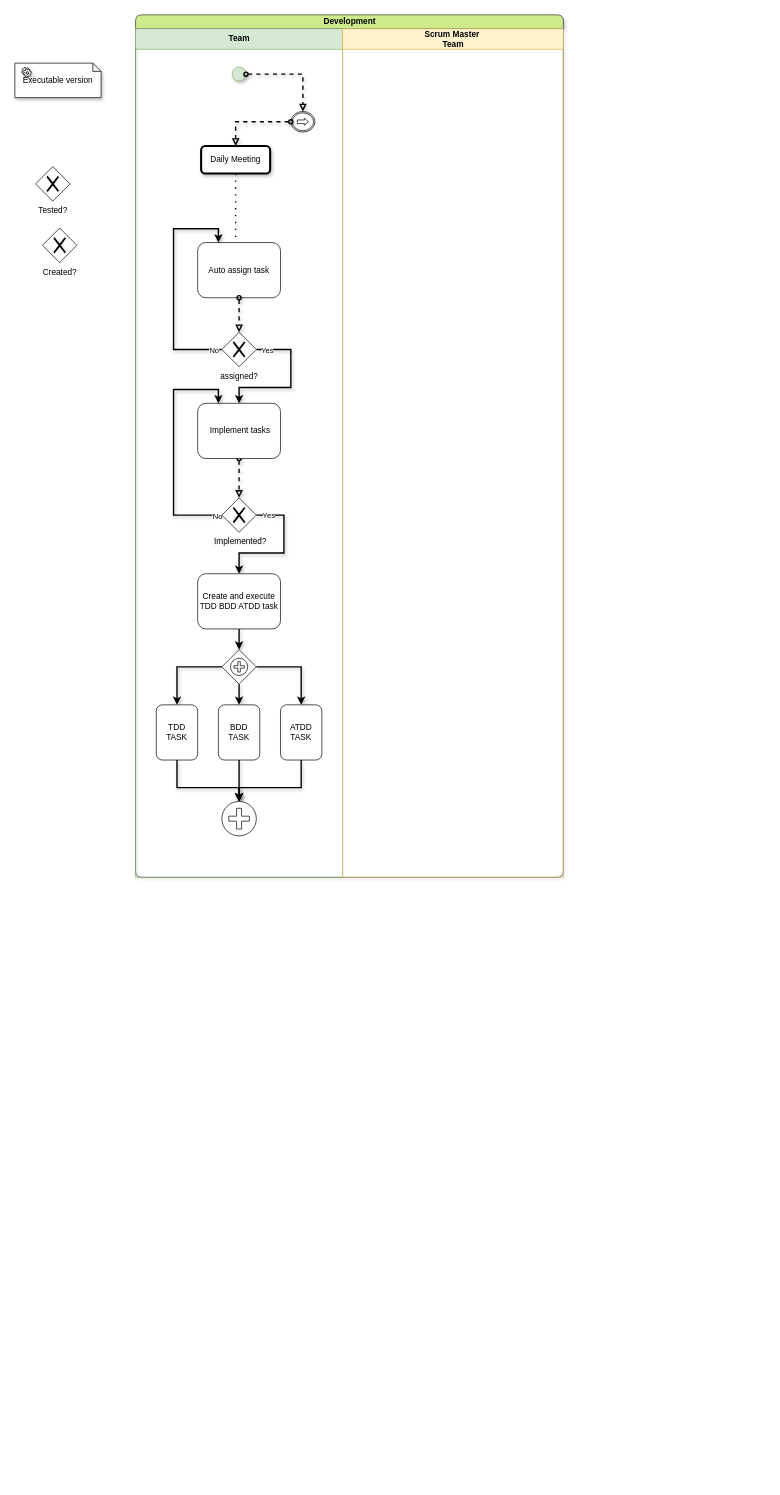
Before: page "Development" (8 of 12) of BPMN_Pre-game.drawio in JavierCabreraDev/Metodologia_Practica, a draw.io diagram. Source tidied: cells renumbered, new cells numbered last; positions are measured from the earlier drawing's top-left corner, leaving out a move shared by most shapes. Both pictures are drawn from the tidied source at 69%, with x=0, y=0 at pixel (14, 14).
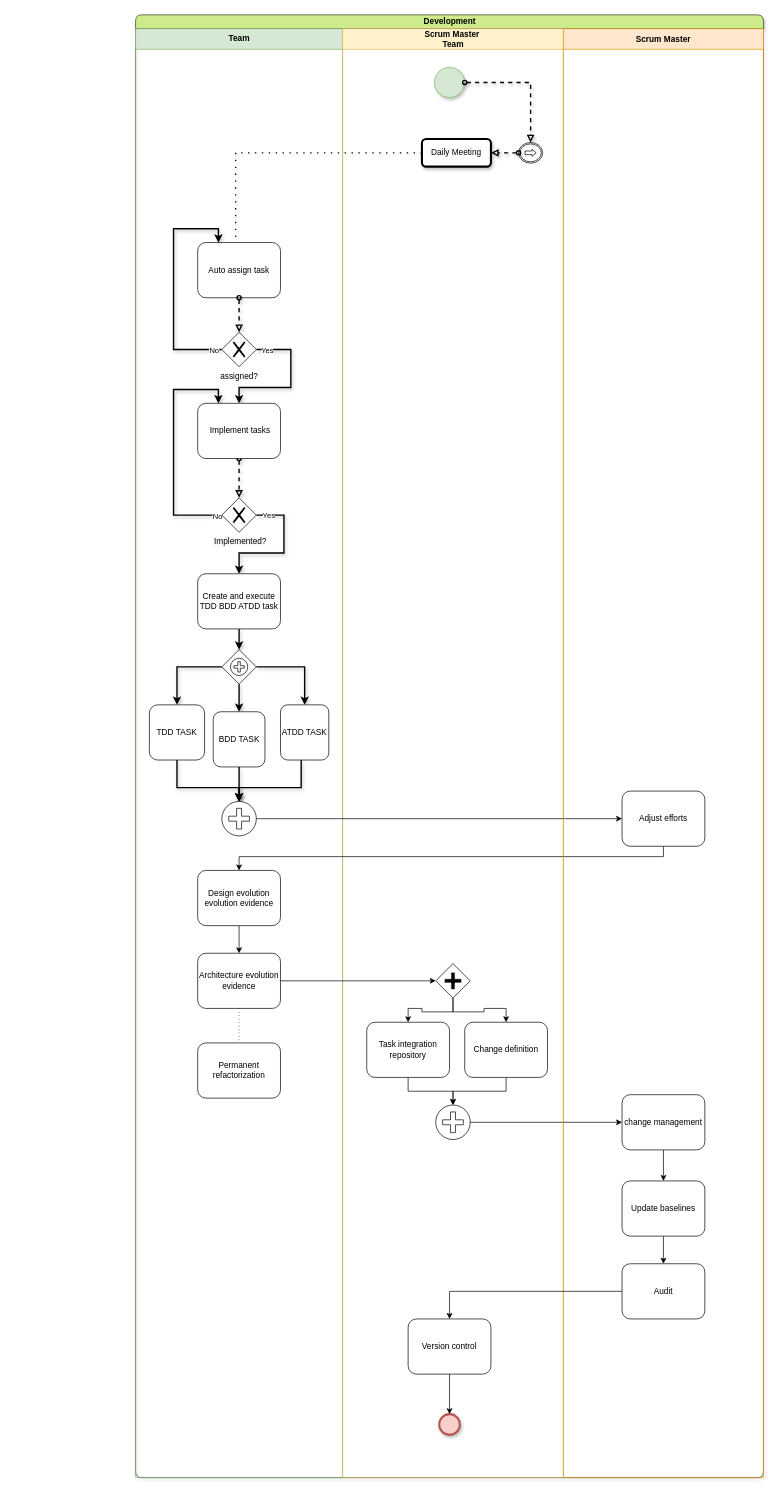
The same diagram, later.

Unchanged cells that the change refers to:
```xml
<mxCell id="31" style="shape=mxgraph.bpmn.shape;html=1;verticalLabelPosition=bottom;labelBackgroundColor=#ffffff;verticalAlign=top;align=center;perimeter=ellipsePerimeter;outlineConnect=0;outline=standard;symbol=parallelMultiple;rounded=1;shadow=0;glass=0;sketch=0;strokeColor=#000000;fillColor=#ffffff;gradientColor=none;" parent="3" vertex="1">
  <mxGeometry x="125" y="1120" width="50" height="50" as="geometry" />
</mxCell>
```

What changed in the source:
```diff
@@
     <mxCell id="2" value="Development" style="swimlane;html=1;startSize=20;rounded=1;shadow=1;glass=0;fillColor=#cdeb8b;strokeColor=#36393d;" parent="1" vertex="1">
-      <mxGeometry x="175" width="620" height="1250" as="geometry" />
+      <mxGeometry x="175" width="910" height="2120" as="geometry" />
     </mxCell>
     <mxCell id="3" value="Team" style="swimlane;html=1;startSize=30;fillColor=#d5e8d4;strokeColor=#82b366;rounded=0;shadow=0;" parent="2" vertex="1">
-      <mxGeometry y="20" width="300" height="1230" as="geometry" />
+      <mxGeometry y="20" width="300" height="2100" as="geometry" />
     </mxCell>
@@
-    <mxCell id="18" style="shape=mxgraph.bpmn.shape;html=1;verticalLabelPosition=bottom;labelBackgroundColor=#ffffff;verticalAlign=top;align=center;perimeter=ellipsePerimeter;outlineConnect=0;outline=catching;symbol=link;rounded=1;shadow=0;glass=0;sketch=0;strokeColor=#000000;fillColor=#ffffff;gradientColor=none;" parent="3" vertex="1">
-      <mxGeometry x="225" y="120" width="35" height="30" as="geometry" />
-    </mxCell>
@@
     <mxCell id="24" value="BDD TASK" style="shape=ext;rounded=1;html=1;whiteSpace=wrap;shadow=0;glass=0;labelBackgroundColor=none;sketch=0;strokeColor=#000000;fillColor=#ffffff;gradientColor=none;" parent="3" vertex="1">
-      <mxGeometry x="120" y="980" width="60" height="80" as="geometry" />
+      <mxGeometry x="112.5" y="990" width="75" height="80" as="geometry" />
     </mxCell>
@@
     <mxCell id="26" value="TDD TASK" style="shape=ext;rounded=1;html=1;whiteSpace=wrap;shadow=0;glass=0;labelBackgroundColor=none;sketch=0;strokeColor=#000000;fillColor=#ffffff;gradientColor=none;" parent="3" vertex="1">
-      <mxGeometry x="30" y="980" width="60" height="80" as="geometry" />
+      <mxGeometry x="20" y="980" width="80" height="80" as="geometry" />
     </mxCell>
@@
     <mxCell id="28" value="ATDD TASK" style="shape=ext;rounded=1;html=1;whiteSpace=wrap;shadow=0;glass=0;labelBackgroundColor=none;sketch=0;strokeColor=#000000;fillColor=#ffffff;gradientColor=none;" parent="3" vertex="1">
-      <mxGeometry x="210" y="980" width="60" height="80" as="geometry" />
+      <mxGeometry x="210" y="980" width="70" height="80" as="geometry" />
     </mxCell>
@@
+    <mxCell id="42" style="edgeStyle=orthogonalEdgeStyle;rounded=0;jettySize=auto;html=1;entryX=0.5;entryY=0;entryDx=0;entryDy=0;" parent="3" edge="1" source="43" target="45">
+      <mxGeometry relative="1" as="geometry" />
+    </mxCell>
+    <mxCell id="43" value="Design evolution evolution evidence" style="shape=ext;rounded=1;html=1;whiteSpace=wrap;" parent="3" vertex="1">
+      <mxGeometry x="90" y="1220" width="120" height="80" as="geometry" />
+    </mxCell>
+    <mxCell id="44" style="edgeStyle=orthogonalEdgeStyle;rounded=0;jettySize=auto;html=1;entryX=0.5;entryY=0;entryDx=0;entryDy=0;dashed=1;dashPattern=1 4;endArrow=none;endFill=0;" parent="3" edge="1" source="45" target="46">
+      <mxGeometry relative="1" as="geometry" />
+    </mxCell>
+    <mxCell id="45" value="Architecture evolution evidence" style="shape=ext;rounded=1;html=1;whiteSpace=wrap;" parent="3" vertex="1">
+      <mxGeometry x="90" y="1340" width="120" height="80" as="geometry" />
+    </mxCell>
+    <mxCell id="46" value="Permanent refactorization" style="shape=ext;rounded=1;html=1;whiteSpace=wrap;" parent="3" vertex="1">
+      <mxGeometry x="90" y="1470" width="120" height="80" as="geometry" />
+    </mxCell>
     <mxCell id="32" value="Scrum Master&amp;nbsp;&lt;br&gt;Team" style="swimlane;html=1;startSize=30;fillColor=#fff2cc;strokeColor=#d6b656;shadow=0;" parent="2" vertex="1">
-      <mxGeometry x="300" y="20" width="320" height="1230" as="geometry" />
+      <mxGeometry x="300" y="20" width="320" height="2100" as="geometry" />
     </mxCell>
-    <mxCell id="33" value="Tested?" style="shape=mxgraph.bpmn.shape;html=1;verticalLabelPosition=bottom;labelBackgroundColor=#ffffff;verticalAlign=top;align=center;perimeter=rhombusPerimeter;background=gateway;outline=none;symbol=exclusiveGw;" parent="1" vertex="1">
-      <mxGeometry x="30" y="220" width="50" height="50" as="geometry" />
-    </mxCell>
-    <mxCell id="34" value="Created?" style="shape=mxgraph.bpmn.shape;html=1;verticalLabelPosition=bottom;labelBackgroundColor=#ffffff;verticalAlign=top;align=center;perimeter=rhombusPerimeter;background=gateway;outline=none;symbol=exclusiveGw;" parent="1" vertex="1">
-      <mxGeometry x="40" y="309" width="50" height="50" as="geometry" />
-    </mxCell>
-    <mxCell id="35" value="Executable version" style="shape=note;whiteSpace=wrap;html=1;backgroundOutline=1;darkOpacity=0.05;rounded=0;shadow=1;glass=0;gradientColor=none;size=12;" parent="1" vertex="1">
-      <mxGeometry y="70" width="125" height="50" as="geometry" />
-    </mxCell>
-    <mxCell id="36" style="shape=mxgraph.bpmn.service_task;html=1;rounded=0;shadow=1;glass=0;gradientColor=none;" parent="1" vertex="1">
-      <mxGeometry x="10" y="76" width="14" height="14" as="geometry" />
-    </mxCell>
+    <mxCell id="18" style="shape=mxgraph.bpmn.shape;html=1;verticalLabelPosition=bottom;labelBackgroundColor=#ffffff;verticalAlign=top;align=center;perimeter=ellipsePerimeter;outlineConnect=0;outline=catching;symbol=link;rounded=1;shadow=0;glass=0;sketch=0;strokeColor=#000000;fillColor=#ffffff;gradientColor=none;" parent="32" vertex="1">
+      <mxGeometry x="255" y="165" width="35" height="30" as="geometry" />
+    </mxCell>
+    <mxCell id="47" style="edgeStyle=orthogonalEdgeStyle;rounded=0;jettySize=auto;html=1;" parent="32" edge="1" source="48" target="54">
+      <mxGeometry relative="1" as="geometry" />
+    </mxCell>
+    <mxCell id="48" value="Task integration repository" style="shape=ext;rounded=1;html=1;whiteSpace=wrap;" parent="32" vertex="1">
+      <mxGeometry x="35" y="1440" width="120" height="80" as="geometry" />
+    </mxCell>
+    <mxCell id="49" style="edgeStyle=orthogonalEdgeStyle;rounded=0;jettySize=auto;html=1;entryX=0.5;entryY=0;entryDx=0;entryDy=0;" parent="32" edge="1" source="51" target="48">
+      <mxGeometry relative="1" as="geometry" />
+    </mxCell>
+    <mxCell id="50" style="edgeStyle=orthogonalEdgeStyle;rounded=0;jettySize=auto;html=1;entryX=0.5;entryY=0;entryDx=0;entryDy=0;" parent="32" edge="1" source="51" target="53">
+      <mxGeometry relative="1" as="geometry" />
+    </mxCell>
+    <mxCell id="51" style="shape=mxgraph.bpmn.shape;html=1;verticalLabelPosition=bottom;labelBackgroundColor=#ffffff;verticalAlign=top;align=center;perimeter=rhombusPerimeter;background=gateway;outlineConnect=0;outline=none;symbol=parallelGw;" parent="32" vertex="1">
+      <mxGeometry x="135" y="1355" width="50" height="50" as="geometry" />
+    </mxCell>
+    <mxCell id="52" style="edgeStyle=orthogonalEdgeStyle;rounded=0;jettySize=auto;html=1;entryX=0.5;entryY=0;entryDx=0;entryDy=0;" parent="32" edge="1" source="53" target="54">
+      <mxGeometry relative="1" as="geometry" />
+    </mxCell>
+    <mxCell id="53" value="Change definition" style="shape=ext;rounded=1;html=1;whiteSpace=wrap;" parent="32" vertex="1">
+      <mxGeometry x="177" y="1440" width="120" height="80" as="geometry" />
+    </mxCell>
+    <mxCell id="54" style="shape=mxgraph.bpmn.shape;html=1;verticalLabelPosition=bottom;labelBackgroundColor=#ffffff;verticalAlign=top;align=center;perimeter=ellipsePerimeter;outlineConnect=0;outline=standard;symbol=parallelMultiple;rounded=1;shadow=0;glass=0;sketch=0;strokeColor=#000000;fillColor=#ffffff;gradientColor=none;" parent="32" vertex="1">
+      <mxGeometry x="135" y="1560" width="50" height="50" as="geometry" />
+    </mxCell>
+    <mxCell id="55" value="Version control" style="shape=ext;rounded=1;html=1;whiteSpace=wrap;" parent="32" vertex="1">
+      <mxGeometry x="95" y="1870" width="120" height="80" as="geometry" />
+    </mxCell>
+    <mxCell id="56" style="edgeStyle=orthogonalEdgeStyle;rounded=0;jettySize=auto;html=1;entryX=0;entryY=0.5;entryDx=0;entryDy=0;" parent="2" edge="1" source="31" target="61">
+      <mxGeometry relative="1" as="geometry" />
+    </mxCell>
+    <mxCell id="57" style="edgeStyle=orthogonalEdgeStyle;rounded=0;jettySize=auto;html=1;" parent="2" edge="1" source="61" target="43">
+      <mxGeometry relative="1" as="geometry">
+        <Array as="points">
+          <mxPoint x="765" y="1220" />
+          <mxPoint x="150" y="1220" />
+        </Array>
+      </mxGeometry>
+    </mxCell>
+    <mxCell id="58" style="edgeStyle=orthogonalEdgeStyle;rounded=0;jettySize=auto;html=1;entryX=0;entryY=0.5;entryDx=0;entryDy=0;" parent="2" edge="1" source="45" target="51">
+      <mxGeometry relative="1" as="geometry" />
+    </mxCell>
+    <mxCell id="59" style="edgeStyle=orthogonalEdgeStyle;rounded=0;jettySize=auto;html=1;entryX=0;entryY=0.5;entryDx=0;entryDy=0;" parent="2" edge="1" source="54" target="63">
+      <mxGeometry relative="1" as="geometry" />
+    </mxCell>
+    <mxCell id="60" value="Scrum Master" style="swimlane;startSize=30;fillColor=#ffe6cc;strokeColor=#d79b00;" parent="2" vertex="1">
+      <mxGeometry x="620" y="20" width="290" height="2100" as="geometry" />
+    </mxCell>
+    <mxCell id="61" value="Adjust efforts" style="shape=ext;rounded=1;html=1;whiteSpace=wrap;" parent="60" vertex="1">
+      <mxGeometry x="85" y="1105" width="120" height="80" as="geometry" />
+    </mxCell>
+    <mxCell id="62" style="edgeStyle=orthogonalEdgeStyle;rounded=0;jettySize=auto;html=1;entryX=0.5;entryY=0;entryDx=0;entryDy=0;" parent="60" edge="1" source="63" target="65">
+      <mxGeometry relative="1" as="geometry" />
+    </mxCell>
+    <mxCell id="63" value="change management" style="shape=ext;rounded=1;html=1;whiteSpace=wrap;" parent="60" vertex="1">
+      <mxGeometry x="85" y="1545" width="120" height="80" as="geometry" />
+    </mxCell>
+    <mxCell id="64" style="edgeStyle=orthogonalEdgeStyle;rounded=0;jettySize=auto;html=1;entryX=0.5;entryY=0;entryDx=0;entryDy=0;" parent="60" edge="1" source="65" target="66">
+      <mxGeometry relative="1" as="geometry" />
+    </mxCell>
+    <mxCell id="65" value="Update baselines" style="shape=ext;rounded=1;html=1;whiteSpace=wrap;" parent="60" vertex="1">
+      <mxGeometry x="85" y="1670" width="120" height="80" as="geometry" />
+    </mxCell>
+    <mxCell id="66" value="Audit" style="shape=ext;rounded=1;html=1;whiteSpace=wrap;" parent="60" vertex="1">
+      <mxGeometry x="85" y="1790" width="120" height="80" as="geometry" />
+    </mxCell>
+    <mxCell id="67" style="edgeStyle=orthogonalEdgeStyle;rounded=0;jettySize=auto;html=1;entryX=0.5;entryY=0;entryDx=0;entryDy=0;" parent="2" edge="1" source="66" target="55">
+      <mxGeometry relative="1" as="geometry" />
+    </mxCell>
     <mxCell id="37" style="ellipse;whiteSpace=wrap;html=1;shadow=1;glass=0;fillColor=#d5e8d4;strokeColor=#82b366;" parent="1" vertex="1">
-      <mxGeometry x="315" y="76" width="20" height="20" as="geometry" />
+      <mxGeometry x="608" y="76" width="44" height="44" as="geometry" />
     </mxCell>
@@
     <mxCell id="39" value="&lt;p&gt;&lt;font style=&quot;font-size: 12px&quot;&gt;Daily Meeting&lt;/font&gt;&lt;/p&gt;" style="shape=ext;rounded=1;html=1;whiteSpace=wrap;strokeWidth=3;shadow=1;glass=0;" parent="1" vertex="1">
-      <mxGeometry x="270" y="190" width="100" height="40" as="geometry" />
+      <mxGeometry x="590" y="180" width="100" height="40" as="geometry" />
     </mxCell>
-    <mxCell id="40" style="edgeStyle=orthogonalEdgeStyle;rounded=0;jettySize=auto;html=1;entryX=0.5;entryY=0;entryDx=0;entryDy=0;shadow=1;dashed=1;labelBackgroundColor=none;startArrow=oval;startFill=0;endArrow=block;endFill=0;strokeWidth=2;" parent="1" edge="1" source="18" target="39">
-      <mxGeometry relative="1" as="geometry" />
+    <mxCell id="40" style="edgeStyle=orthogonalEdgeStyle;rounded=0;jettySize=auto;html=1;entryX=1;entryY=0.5;entryDx=0;entryDy=0;shadow=1;dashed=1;labelBackgroundColor=none;startArrow=oval;startFill=0;endArrow=block;endFill=0;strokeWidth=2;" parent="1" edge="1" source="18" target="39">
+      <mxGeometry relative="1" as="geometry">
+        <Array as="points">
+          <mxPoint x="690" y="200" />
+          <mxPoint x="690" y="200" />
+        </Array>
+      </mxGeometry>
     </mxCell>
@@
+    <mxCell id="68" style="shape=mxgraph.bpmn.shape;html=1;verticalLabelPosition=bottom;labelBackgroundColor=#ffffff;verticalAlign=top;align=center;perimeter=ellipsePerimeter;outlineConnect=0;outline=end;symbol=general;rounded=0;shadow=1;glass=0;fillColor=#f8cecc;strokeColor=#b85450;" parent="1" vertex="1">
+      <mxGeometry x="615" y="2028" width="30" height="30" as="geometry" />
+    </mxCell>
+    <mxCell id="69" style="edgeStyle=orthogonalEdgeStyle;rounded=0;jettySize=auto;html=1;entryX=0.5;entryY=0;entryDx=0;entryDy=0;endArrow=classic;endFill=1;startArrow=none;startFill=0;" parent="1" edge="1" source="55" target="68">
+      <mxGeometry relative="1" as="geometry" />
+    </mxCell>
```
